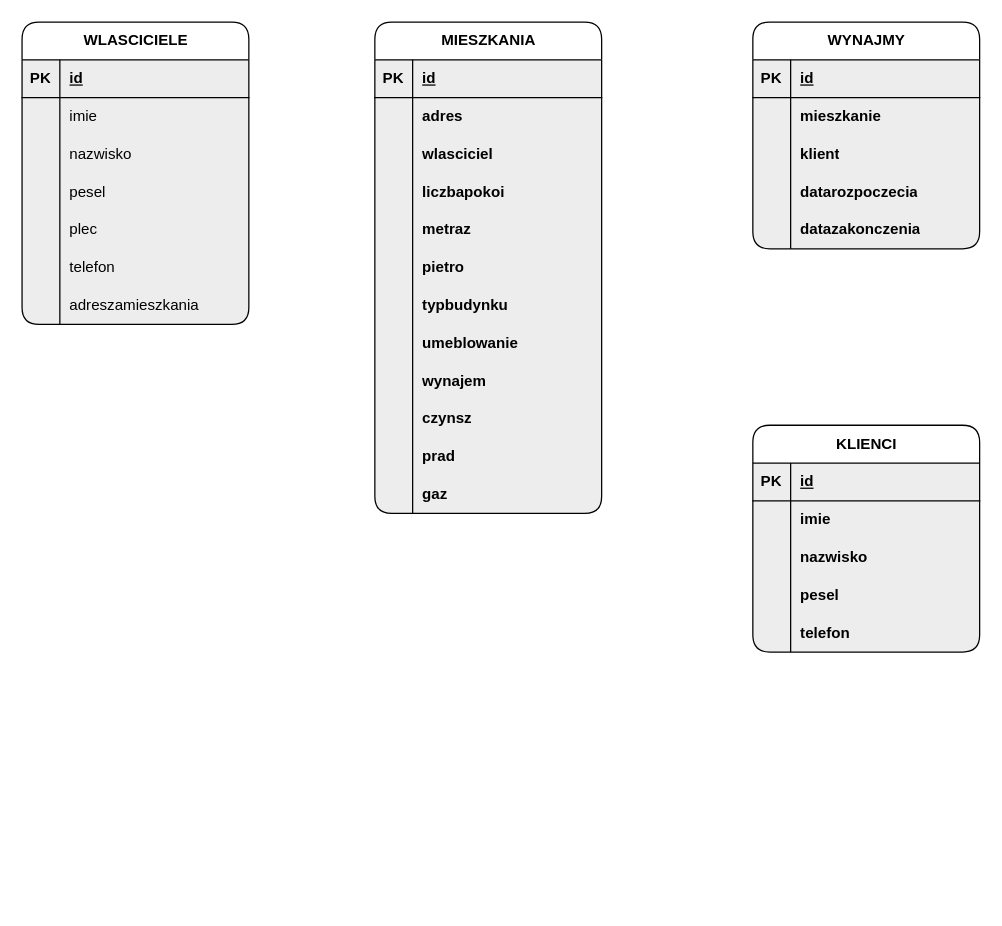
Before: agencja_wynajmu_mieszkan.drawio in pawelgithub9/projekt_baza_danych, a draw.io diagram. Source tidied: cells renumbered, new cells numbered last; positions are measured from the earlier drawing's top-left corner, leaving out a move shared by most shapes. Both pictures are drawn from the tidied source at 126%, with x=0, y=0 at pixel (21, 21).
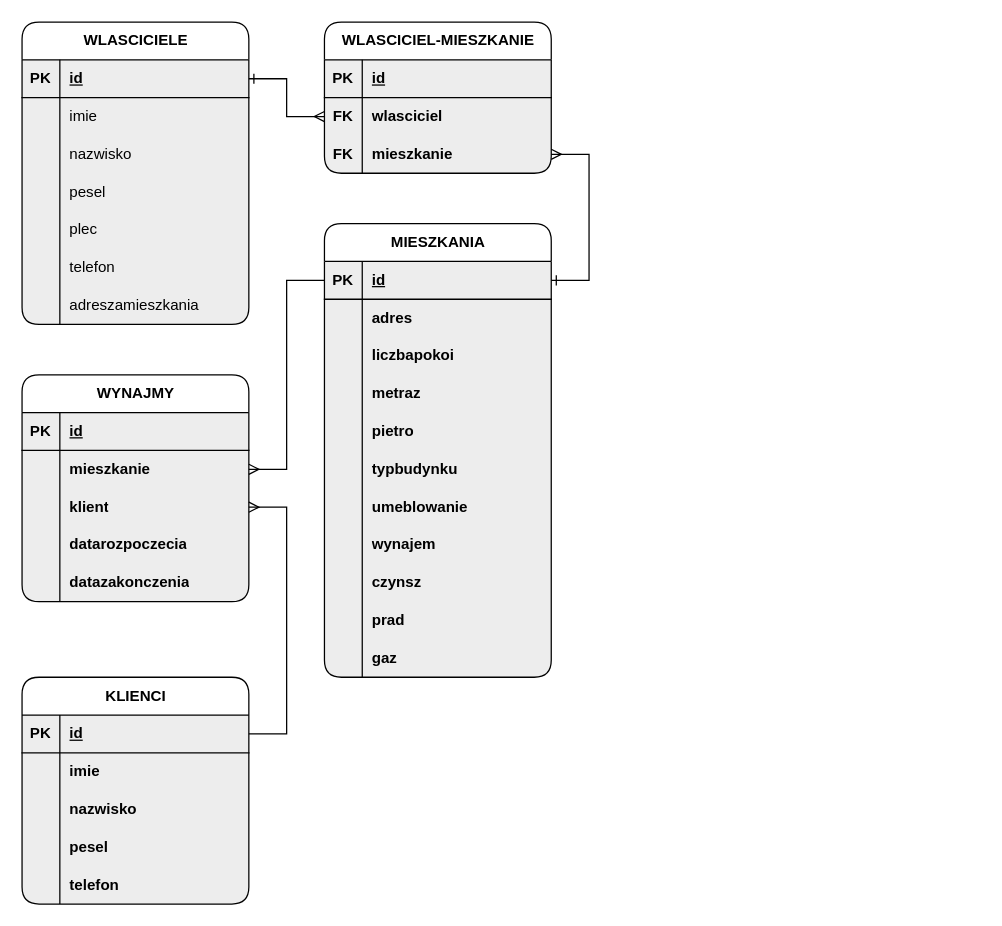
The same diagram, later.

The change refers to these unchanged cells:
```xml
<mxCell id="3" style="shape=tableRow;horizontal=0;startSize=0;swimlaneHead=0;swimlaneBody=0;fillColor=none;points=[[0,0.5],[1,0.5]];portConstraint=eastwest;top=0;left=0;right=0;bottom=1;swimlaneFillColor=#EDEDED;" parent="2" vertex="1">
  <mxGeometry y="30" width="180" height="30" as="geometry" />
</mxCell>
<mxCell id="25" style="shape=tableRow;horizontal=0;startSize=0;swimlaneHead=0;swimlaneBody=0;fillColor=none;points=[[0,0.5],[1,0.5]];portConstraint=eastwest;top=0;left=0;right=0;bottom=1;rounded=1;shadow=0;strokeColor=default;align=center;verticalAlign=middle;swimlaneFillColor=#EDEDED;fontFamily=Helvetica;fontSize=12;fontColor=default;fontStyle=1;" parent="24" vertex="1">
  <mxGeometry y="30" width="180" height="30" as="geometry" />
</mxCell>
<mxCell id="41" style="shape=tableRow;horizontal=0;startSize=0;swimlaneHead=0;swimlaneBody=0;fillColor=none;points=[[0,0.5],[1,0.5]];portConstraint=eastwest;top=0;left=0;right=0;bottom=1;rounded=1;shadow=0;strokeColor=default;align=center;verticalAlign=middle;swimlaneFillColor=#EDEDED;fontFamily=Helvetica;fontSize=12;fontColor=default;fontStyle=1;" parent="40" vertex="1">
  <mxGeometry y="30" width="180" height="30" as="geometry" />
</mxCell>
<mxCell id="81" style="shape=tableRow;horizontal=0;startSize=0;swimlaneHead=0;swimlaneBody=0;fillColor=none;points=[[0,0.5],[1,0.5]];portConstraint=eastwest;top=0;left=0;right=0;bottom=0;rounded=1;shadow=0;strokeColor=default;align=center;verticalAlign=middle;swimlaneFillColor=#EDEDED;fontFamily=Helvetica;fontSize=12;fontColor=default;fontStyle=1;" parent="77" vertex="1">
  <mxGeometry y="60" width="180" height="30" as="geometry" />
</mxCell>
<mxCell id="84" style="shape=tableRow;horizontal=0;startSize=0;swimlaneHead=0;swimlaneBody=0;fillColor=none;points=[[0,0.5],[1,0.5]];portConstraint=eastwest;top=0;left=0;right=0;bottom=0;rounded=1;shadow=0;strokeColor=default;align=center;verticalAlign=middle;swimlaneFillColor=#EDEDED;fontFamily=Helvetica;fontSize=12;fontColor=default;fontStyle=1;" parent="77" vertex="1">
  <mxGeometry y="90" width="180" height="30" as="geometry" />
</mxCell>
```

Diff of the diagram source:
```diff
@@
     <mxCell id="24" value="KLIENCI" style="shape=table;startSize=30;childLayout=tableLayout;rowLines=0;fontStyle=1;align=center;html=1;rounded=1;shadow=0;strokeColor=default;verticalAlign=middle;swimlaneFillColor=#EDEDED;fontFamily=Helvetica;fontSize=12;fontColor=default;fillColor=none;" parent="1" vertex="1">
-      <mxGeometry x="580" y="320" width="180" height="180" as="geometry" />
+      <mxGeometry y="520" width="180" height="180" as="geometry" />
     </mxCell>
@@
     <mxCell id="40" value="MIESZKANIA" style="shape=table;startSize=30;childLayout=tableLayout;rowLines=0;fontStyle=1;align=center;html=1;rounded=1;shadow=0;strokeColor=default;verticalAlign=middle;swimlaneFillColor=#EDEDED;fontFamily=Helvetica;fontSize=12;fontColor=default;fillColor=none;" parent="1" vertex="1">
-      <mxGeometry x="280" width="180" height="390" as="geometry" />
+      <mxGeometry x="240" y="160" width="180" height="360" as="geometry" />
     </mxCell>
@@
-    <mxCell id="47" style="shape=tableRow;horizontal=0;startSize=0;swimlaneHead=0;swimlaneBody=0;fillColor=none;points=[[0,0.5],[1,0.5]];portConstraint=eastwest;top=0;left=0;right=0;bottom=0;rounded=1;shadow=0;strokeColor=default;align=center;verticalAlign=middle;swimlaneFillColor=#EDEDED;fontFamily=Helvetica;fontSize=12;fontColor=default;fontStyle=1;" parent="40" vertex="1">
-      <mxGeometry y="90" width="180" height="30" as="geometry" />
-    </mxCell>
-    <mxCell id="48" style="shape=partialRectangle;fillColor=none;top=0;left=0;bottom=0;right=0;overflow=hidden;whiteSpace=wrap;html=1;rounded=1;shadow=0;strokeColor=default;align=center;verticalAlign=middle;swimlaneFillColor=#EDEDED;fontFamily=Helvetica;fontSize=12;fontColor=default;fontStyle=1;" parent="47" vertex="1">
-      <mxGeometry width="30" height="30" as="geometry" />
-    </mxCell>
-    <mxCell id="49" value="wlasciciel" style="shape=partialRectangle;fillColor=none;top=0;left=0;bottom=0;right=0;align=left;spacingLeft=6;overflow=hidden;whiteSpace=wrap;html=1;rounded=1;shadow=0;strokeColor=default;verticalAlign=middle;swimlaneFillColor=#EDEDED;fontFamily=Helvetica;fontSize=12;fontColor=default;fontStyle=1;" parent="47" vertex="1">
-      <mxGeometry x="30" width="150" height="30" as="geometry" />
-    </mxCell>
     <mxCell id="50" style="shape=tableRow;horizontal=0;startSize=0;swimlaneHead=0;swimlaneBody=0;fillColor=none;top=0;left=0;right=0;bottom=0;rounded=1;shadow=0;strokeColor=default;align=center;verticalAlign=middle;swimlaneFillColor=#EDEDED;fontFamily=Helvetica;fontSize=12;fontColor=default;fontStyle=1;" parent="40" vertex="1">
-      <mxGeometry y="120" width="180" height="30" as="geometry" />
+      <mxGeometry y="90" width="180" height="30" as="geometry" />
     </mxCell>
@@
     <mxCell id="53" style="shape=tableRow;horizontal=0;startSize=0;swimlaneHead=0;swimlaneBody=0;fillColor=none;top=0;left=0;right=0;bottom=0;rounded=1;shadow=0;strokeColor=default;align=center;verticalAlign=middle;swimlaneFillColor=#EDEDED;fontFamily=Helvetica;fontSize=12;fontColor=default;fontStyle=1;" parent="40" vertex="1">
-      <mxGeometry y="150" width="180" height="30" as="geometry" />
+      <mxGeometry y="120" width="180" height="30" as="geometry" />
     </mxCell>
@@
     <mxCell id="56" style="shape=tableRow;horizontal=0;startSize=0;swimlaneHead=0;swimlaneBody=0;fillColor=none;top=0;left=0;right=0;bottom=0;rounded=1;shadow=0;strokeColor=default;align=center;verticalAlign=middle;swimlaneFillColor=#EDEDED;fontFamily=Helvetica;fontSize=12;fontColor=default;fontStyle=1;" parent="40" vertex="1">
-      <mxGeometry y="180" width="180" height="30" as="geometry" />
+      <mxGeometry y="150" width="180" height="30" as="geometry" />
     </mxCell>
@@
     <mxCell id="59" style="shape=tableRow;horizontal=0;startSize=0;swimlaneHead=0;swimlaneBody=0;fillColor=none;top=0;left=0;right=0;bottom=0;rounded=1;shadow=0;strokeColor=default;align=center;verticalAlign=middle;swimlaneFillColor=#EDEDED;fontFamily=Helvetica;fontSize=12;fontColor=default;fontStyle=1;" parent="40" vertex="1">
-      <mxGeometry y="210" width="180" height="30" as="geometry" />
+      <mxGeometry y="180" width="180" height="30" as="geometry" />
     </mxCell>
@@
     <mxCell id="62" style="shape=tableRow;horizontal=0;startSize=0;swimlaneHead=0;swimlaneBody=0;fillColor=none;top=0;left=0;right=0;bottom=0;rounded=1;shadow=0;strokeColor=default;align=center;verticalAlign=middle;swimlaneFillColor=#EDEDED;fontFamily=Helvetica;fontSize=12;fontColor=default;fontStyle=1;" parent="40" vertex="1">
-      <mxGeometry y="240" width="180" height="30" as="geometry" />
+      <mxGeometry y="210" width="180" height="30" as="geometry" />
     </mxCell>
@@
     <mxCell id="65" style="shape=tableRow;horizontal=0;startSize=0;swimlaneHead=0;swimlaneBody=0;fillColor=none;top=0;left=0;right=0;bottom=0;rounded=1;shadow=0;strokeColor=default;align=center;verticalAlign=middle;swimlaneFillColor=#EDEDED;fontFamily=Helvetica;fontSize=12;fontColor=default;fontStyle=1;" parent="40" vertex="1">
-      <mxGeometry y="270" width="180" height="30" as="geometry" />
+      <mxGeometry y="240" width="180" height="30" as="geometry" />
     </mxCell>
@@
     <mxCell id="68" style="shape=tableRow;horizontal=0;startSize=0;swimlaneHead=0;swimlaneBody=0;fillColor=none;top=0;left=0;right=0;bottom=0;rounded=1;shadow=0;strokeColor=default;align=center;verticalAlign=middle;swimlaneFillColor=#EDEDED;fontFamily=Helvetica;fontSize=12;fontColor=default;fontStyle=1;" parent="40" vertex="1">
-      <mxGeometry y="300" width="180" height="30" as="geometry" />
+      <mxGeometry y="270" width="180" height="30" as="geometry" />
     </mxCell>
@@
     <mxCell id="71" style="shape=tableRow;horizontal=0;startSize=0;swimlaneHead=0;swimlaneBody=0;fillColor=none;top=0;left=0;right=0;bottom=0;rounded=1;shadow=0;strokeColor=default;align=center;verticalAlign=middle;swimlaneFillColor=#EDEDED;fontFamily=Helvetica;fontSize=12;fontColor=default;fontStyle=1;" parent="40" vertex="1">
-      <mxGeometry y="330" width="180" height="30" as="geometry" />
+      <mxGeometry y="300" width="180" height="30" as="geometry" />
     </mxCell>
@@
     <mxCell id="74" style="shape=tableRow;horizontal=0;startSize=0;swimlaneHead=0;swimlaneBody=0;fillColor=none;top=0;left=0;right=0;bottom=0;rounded=1;shadow=0;strokeColor=default;align=center;verticalAlign=middle;swimlaneFillColor=#EDEDED;fontFamily=Helvetica;fontSize=12;fontColor=default;fontStyle=1;" parent="40" vertex="1">
-      <mxGeometry y="360" width="180" height="30" as="geometry" />
+      <mxGeometry y="330" width="180" height="30" as="geometry" />
     </mxCell>
@@
     <mxCell id="77" value="WYNAJMY" style="shape=table;startSize=30;childLayout=tableLayout;rowLines=0;fontStyle=1;align=center;html=1;rounded=1;shadow=0;strokeColor=default;verticalAlign=middle;swimlaneFillColor=#EDEDED;fontFamily=Helvetica;fontSize=12;fontColor=default;fillColor=none;" parent="1" vertex="1">
-      <mxGeometry x="580" width="180" height="180" as="geometry" />
+      <mxGeometry y="280" width="180" height="180" as="geometry" />
     </mxCell>
@@
+    <mxCell id="93" value="WLASCICIEL-MIESZKANIE" style="shape=table;startSize=30;childLayout=tableLayout;rowLines=0;fontStyle=1;align=center;html=1;rounded=1;shadow=0;strokeColor=default;verticalAlign=middle;swimlaneFillColor=#EDEDED;fontFamily=Helvetica;fontSize=12;fontColor=default;fillColor=none;" parent="1" vertex="1">
+      <mxGeometry x="240" width="180" height="120" as="geometry" />
+    </mxCell>
+    <mxCell id="94" style="shape=tableRow;horizontal=0;startSize=0;swimlaneHead=0;swimlaneBody=0;fillColor=none;top=0;left=0;right=0;bottom=1;rounded=1;shadow=0;strokeColor=default;align=center;verticalAlign=middle;swimlaneFillColor=#EDEDED;fontFamily=Helvetica;fontSize=12;fontColor=default;fontStyle=1;" parent="93" vertex="1">
+      <mxGeometry y="30" width="180" height="30" as="geometry" />
+    </mxCell>
+    <mxCell id="95" value="PK" style="shape=partialRectangle;fillColor=none;top=0;left=0;bottom=0;right=0;fontStyle=1;overflow=hidden;whiteSpace=wrap;html=1;rounded=1;shadow=0;strokeColor=default;align=center;verticalAlign=middle;swimlaneFillColor=#EDEDED;fontFamily=Helvetica;fontSize=12;fontColor=default;" parent="94" vertex="1">
+      <mxGeometry width="30" height="30" as="geometry" />
+    </mxCell>
+    <mxCell id="96" value="id" style="shape=partialRectangle;fillColor=none;top=0;left=0;bottom=0;right=0;align=left;spacingLeft=6;fontStyle=5;overflow=hidden;whiteSpace=wrap;html=1;rounded=1;shadow=0;strokeColor=default;verticalAlign=middle;swimlaneFillColor=#EDEDED;fontFamily=Helvetica;fontSize=12;fontColor=default;" parent="94" vertex="1">
+      <mxGeometry x="30" width="150" height="30" as="geometry" />
+    </mxCell>
+    <mxCell id="97" style="shape=tableRow;horizontal=0;startSize=0;swimlaneHead=0;swimlaneBody=0;fillColor=none;points=[[0,0.5],[1,0.5]];portConstraint=eastwest;top=0;left=0;right=0;bottom=0;rounded=1;shadow=0;strokeColor=default;align=center;verticalAlign=middle;swimlaneFillColor=#EDEDED;fontFamily=Helvetica;fontSize=12;fontColor=default;fontStyle=1;" parent="93" vertex="1">
+      <mxGeometry y="60" width="180" height="30" as="geometry" />
+    </mxCell>
+    <mxCell id="98" value="FK" style="shape=partialRectangle;fillColor=none;top=0;left=0;bottom=0;right=0;overflow=hidden;whiteSpace=wrap;html=1;rounded=1;shadow=0;strokeColor=default;align=center;verticalAlign=middle;swimlaneFillColor=#EDEDED;fontFamily=Helvetica;fontSize=12;fontColor=default;fontStyle=1;" parent="97" vertex="1">
+      <mxGeometry width="30" height="30" as="geometry" />
+    </mxCell>
+    <mxCell id="49" value="wlasciciel" style="shape=partialRectangle;fillColor=none;top=0;left=0;bottom=0;right=0;align=left;spacingLeft=6;overflow=hidden;whiteSpace=wrap;html=1;rounded=1;shadow=0;strokeColor=default;verticalAlign=middle;swimlaneFillColor=#EDEDED;fontFamily=Helvetica;fontSize=12;fontColor=default;fontStyle=1;" parent="97" vertex="1">
+      <mxGeometry x="30" width="150" height="30" as="geometry" />
+    </mxCell>
+    <mxCell id="47" style="shape=tableRow;horizontal=0;startSize=0;swimlaneHead=0;swimlaneBody=0;fillColor=none;points=[[0,0.5],[1,0.5]];portConstraint=eastwest;top=0;left=0;right=0;bottom=0;rounded=1;shadow=0;strokeColor=default;align=center;verticalAlign=middle;swimlaneFillColor=#EDEDED;fontFamily=Helvetica;fontSize=12;fontColor=default;fontStyle=1;" parent="93" vertex="1">
+      <mxGeometry y="90" width="180" height="30" as="geometry" />
+    </mxCell>
+    <mxCell id="99" value="FK" style="shape=partialRectangle;fillColor=none;top=0;left=0;bottom=0;right=0;overflow=hidden;whiteSpace=wrap;html=1;rounded=1;shadow=0;strokeColor=default;align=center;verticalAlign=middle;swimlaneFillColor=#EDEDED;fontFamily=Helvetica;fontSize=12;fontColor=default;fontStyle=1;" parent="47" vertex="1">
+      <mxGeometry width="30" height="30" as="geometry" />
+    </mxCell>
+    <mxCell id="100" value="mieszkanie" style="shape=partialRectangle;fillColor=none;top=0;left=0;bottom=0;right=0;align=left;spacingLeft=6;overflow=hidden;whiteSpace=wrap;html=1;rounded=1;shadow=0;strokeColor=default;verticalAlign=middle;swimlaneFillColor=#EDEDED;fontFamily=Helvetica;fontSize=12;fontColor=default;fontStyle=1;" parent="47" vertex="1">
+      <mxGeometry x="30" width="150" height="30" as="geometry" />
+    </mxCell>
+    <mxCell id="101" style="edgeStyle=entityRelationEdgeStyle;fontSize=12;html=1;endArrow=ERmany;rounded=0;fontFamily=Helvetica;fontColor=default;fontStyle=1;exitX=1;exitY=0.5;exitDx=0;exitDy=0;startArrow=ERone;startFill=0;" parent="1" edge="1" source="3" target="97">
+      <mxGeometry relative="1" as="geometry" />
+    </mxCell>
+    <mxCell id="102" style="edgeStyle=entityRelationEdgeStyle;fontSize=12;html=1;endArrow=ERmany;rounded=0;fontFamily=Helvetica;fontColor=default;fontStyle=1;startArrow=ERone;startFill=0;" parent="1" edge="1" source="41" target="47">
+      <mxGeometry relative="1" as="geometry" />
+    </mxCell>
+    <mxCell id="103" style="edgeStyle=entityRelationEdgeStyle;fontSize=12;html=1;endArrow=ERmany;rounded=0;fontFamily=Helvetica;fontColor=default;fontStyle=1;" parent="1" edge="1" source="25" target="84">
+      <mxGeometry relative="1" as="geometry" />
+    </mxCell>
+    <mxCell id="104" style="edgeStyle=entityRelationEdgeStyle;fontSize=12;html=1;endArrow=ERmany;rounded=0;fontFamily=Helvetica;fontColor=default;fontStyle=1;" parent="1" edge="1" source="41" target="81">
+      <mxGeometry relative="1" as="geometry" />
+    </mxCell>
```
